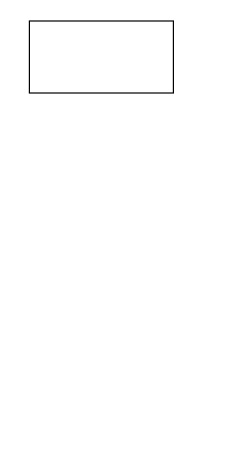
Before: movi/movi.drawio in Seungwoon12/KhSemiProjectGroup3, a draw.io diagram. Source tidied: cells renumbered, new cells numbered last; positions are measured from the earlier drawing's top-left corner, leaving out a move shared by most shapes. Both pictures are drawn from the tidied source at 120%, with x=0, y=0 at pixel (29, 20).
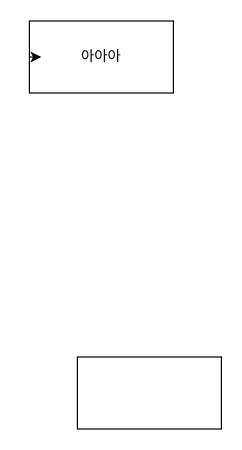
The same diagram, later.

Change to the diagram source:
```diff
@@
 <mxGraphModel>
   <root>
     <mxCell id="0" />
     <mxCell id="1" parent="0" />
-    <mxCell id="2" style="rounded=0;whiteSpace=wrap;html=1;" parent="1" vertex="1">
+    <mxCell id="2" value="아아아" style="rounded=0;whiteSpace=wrap;html=1;" parent="1" vertex="1">
       <mxGeometry width="120" height="60" as="geometry" />
     </mxCell>
+    <mxCell id="3" style="rounded=0;whiteSpace=wrap;html=1;" parent="1" vertex="1">
+      <mxGeometry x="40" y="280" width="120" height="60" as="geometry" />
+    </mxCell>
+    <mxCell id="4" style="edgeStyle=orthogonalEdgeStyle;rounded=0;orthogonalLoop=1;jettySize=auto;html=1;exitX=0;exitY=0.5;exitDx=0;exitDy=0;entryX=0.083;entryY=0.5;entryDx=0;entryDy=0;entryPerimeter=0;" parent="1" edge="1" source="2" target="2">
+      <mxGeometry relative="1" as="geometry" />
+    </mxCell>
   </root>
 </mxGraphModel>
```
